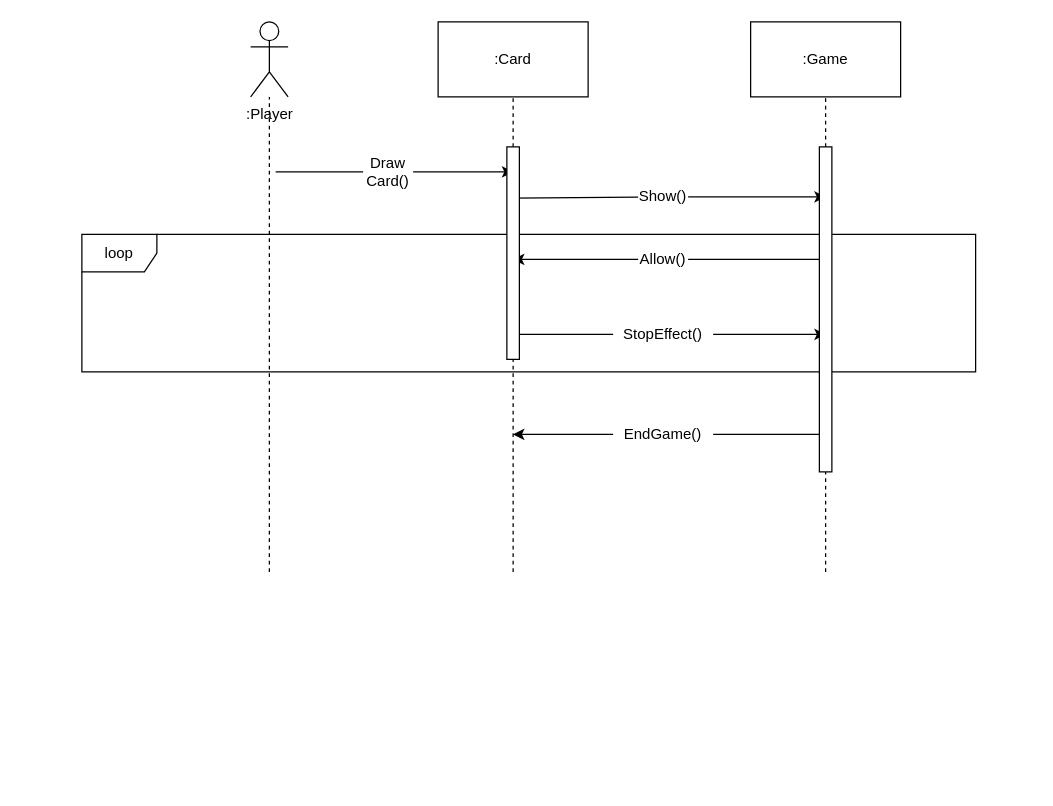
Before: deliveries/uml/Draw Leader Card S. Diag..drawio in egyangel/ing-sw-2021-esas-mauri-madhkour-elsheshtawi, a draw.io diagram. Source tidied: cells renumbered, new cells numbered last; positions are measured from the earlier drawing's top-left corner, leaving out a move shared by most shapes. Both pictures are drawn from the tidied source at 125%, with x=0, y=0 at pixel (81, 21).
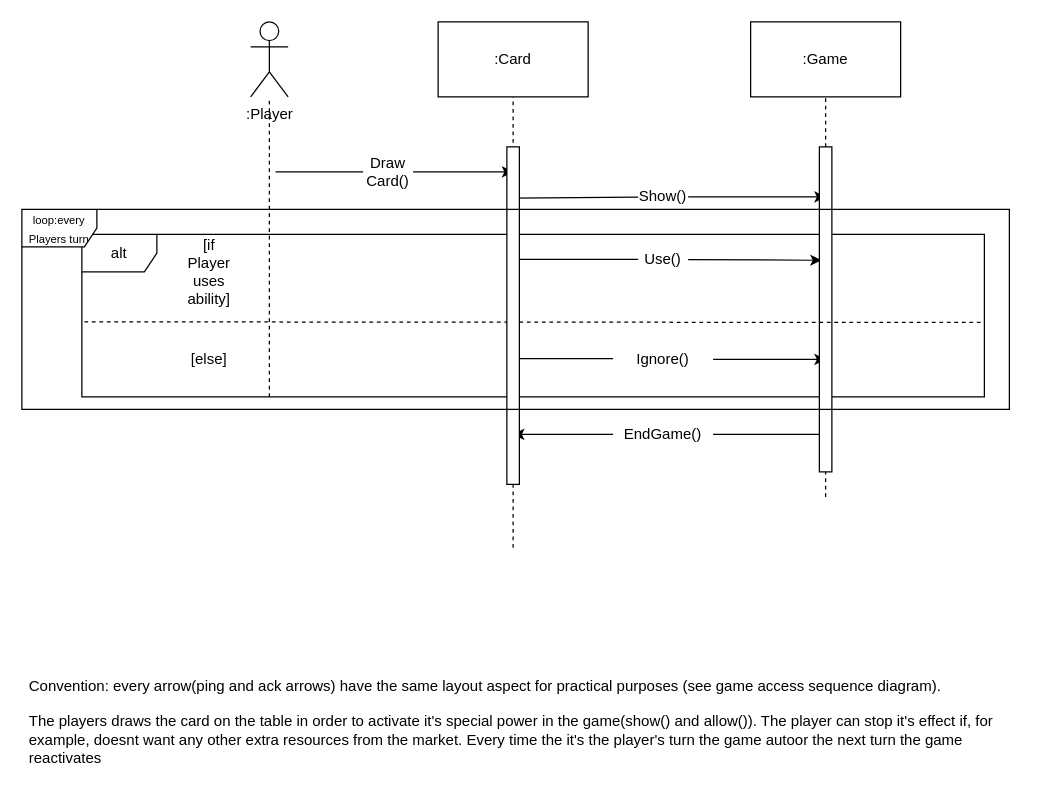
The same page after the edit.

The change refers to these unchanged cells:
```xml
<mxCell id="3" value=":Player" style="shape=umlActor;verticalLabelPosition=bottom;verticalAlign=top;html=1;outlineConnect=0;" parent="1" vertex="1">
  <mxGeometry x="135" width="30" height="60" as="geometry" />
</mxCell>
<mxCell id="5" style="rounded=0;whiteSpace=wrap;html=1;" parent="1" vertex="1">
  <mxGeometry x="285" width="120" height="60" as="geometry" />
</mxCell>
<mxCell id="28" style="html=1;points=[];perimeter=orthogonalPerimeter;" parent="1" vertex="1">
  <mxGeometry x="590" y="100" width="10" height="260" as="geometry" />
</mxCell>
```

What changed in the source:
```diff
@@
-    <mxCell id="2" value="loop" style="shape=umlFrame;whiteSpace=wrap;html=1;" parent="1" vertex="1">
-      <mxGeometry y="170" width="715" height="110" as="geometry" />
+    <mxCell id="2" value="alt" style="shape=umlFrame;whiteSpace=wrap;html=1;" parent="1" vertex="1">
+      <mxGeometry y="170" width="722" height="130" as="geometry" />
     </mxCell>
@@
     <mxCell id="4" style="endArrow=none;dashed=1;html=1;" parent="1" edge="1" target="3">
       <mxGeometry relative="1" as="geometry">
-        <mxPoint x="150" y="440" as="sourcePoint" />
+        <mxPoint x="150" y="300" as="sourcePoint" />
       </mxGeometry>
     </mxCell>
@@
-    <mxCell id="9" style="endArrow=none;dashed=1;html=1;entryX=0.5;entryY=1;entryDx=0;entryDy=0;startArrow=none;" parent="1" edge="1" source="26" target="5">
-      <mxGeometry relative="1" as="geometry" />
+    <mxCell id="9" style="endArrow=none;dashed=1;html=1;entryX=0.5;entryY=1;entryDx=0;entryDy=0;startArrow=none;" parent="1" edge="1" target="5">
+      <mxGeometry relative="1" as="geometry">
+        <mxPoint x="345" y="420.6" as="sourcePoint" />
+      </mxGeometry>
     </mxCell>
@@
-    <mxCell id="17" style="endArrow=classic;html=1;startArrow=none;" parent="1" edge="1" source="18">
-      <mxGeometry relative="1" as="geometry">
-        <mxPoint x="345" y="190" as="targetPoint" />
-      </mxGeometry>
+    <mxCell id="17" style="endArrow=classic;html=1;startArrow=none;entryX=0.167;entryY=0.349;entryDx=0;entryDy=0;entryPerimeter=0;" parent="1" edge="1" source="18" target="28">
+      <mxGeometry relative="1" as="geometry" />
     </mxCell>
-    <mxCell id="18" value="Allow()" style="text;html=1;strokeColor=none;fillColor=none;align=center;verticalAlign=middle;whiteSpace=wrap;rounded=0;" parent="1" vertex="1">
+    <mxCell id="18" value="Use()" style="text;html=1;strokeColor=none;fillColor=none;align=center;verticalAlign=middle;whiteSpace=wrap;rounded=0;" parent="1" vertex="1">
       <mxGeometry x="445" y="180" width="40" height="20" as="geometry" />
     </mxCell>
     <mxCell id="19" style="endArrow=none;html=1;" parent="1" edge="1" target="18">
       <mxGeometry relative="1" as="geometry">
-        <mxPoint x="595" y="190" as="sourcePoint" />
+        <mxPoint x="344" y="190" as="sourcePoint" />
       </mxGeometry>
     </mxCell>
     <mxCell id="20" style="endArrow=classic;html=1;startArrow=none;" parent="1" edge="1">
       <mxGeometry relative="1" as="geometry">
-        <mxPoint x="505" y="250" as="sourcePoint" />
-        <mxPoint x="595" y="250" as="targetPoint" />
+        <mxPoint x="505" y="270" as="sourcePoint" />
+        <mxPoint x="595" y="270" as="targetPoint" />
       </mxGeometry>
     </mxCell>
-    <mxCell id="21" value="StopEffect()" style="text;html=1;strokeColor=none;fillColor=none;align=center;verticalAlign=middle;whiteSpace=wrap;rounded=0;" parent="1" vertex="1">
-      <mxGeometry x="445" y="240" width="40" height="20" as="geometry" />
+    <mxCell id="21" value="Ignore()" style="text;html=1;strokeColor=none;fillColor=none;align=center;verticalAlign=middle;whiteSpace=wrap;rounded=0;" parent="1" vertex="1">
+      <mxGeometry x="445" y="260" width="40" height="20" as="geometry" />
     </mxCell>
     <mxCell id="22" style="endArrow=none;html=1;" parent="1" edge="1">
       <mxGeometry relative="1" as="geometry">
-        <mxPoint x="345" y="250" as="sourcePoint" />
-        <mxPoint x="425" y="250" as="targetPoint" />
+        <mxPoint x="345" y="269.4" as="sourcePoint" />
+        <mxPoint x="425" y="269.4" as="targetPoint" />
       </mxGeometry>
     </mxCell>
@@
-    <mxCell id="26" style="html=1;points=[];perimeter=orthogonalPerimeter;" parent="1" vertex="1">
-      <mxGeometry x="340" y="100" width="10" height="170" as="geometry" />
-    </mxCell>
     <mxCell id="27" style="endArrow=none;dashed=1;html=1;entryX=0.5;entryY=1;entryDx=0;entryDy=0;" parent="1" edge="1" target="26">
       <mxGeometry relative="1" as="geometry">
-        <mxPoint x="345" y="440" as="sourcePoint" />
+        <mxPoint x="345" y="360" as="sourcePoint" />
       </mxGeometry>
     </mxCell>
@@
     <mxCell id="29" style="endArrow=none;dashed=1;html=1;" parent="1" edge="1" target="28">
       <mxGeometry relative="1" as="geometry">
-        <mxPoint x="595" y="440" as="sourcePoint" />
+        <mxPoint x="595" y="380" as="sourcePoint" />
       </mxGeometry>
     </mxCell>
+    <mxCell id="30" value="Convention: every arrow(ping and ack arrows) have the same layout aspect for practical purposes (see game access sequence diagram).&lt;br&gt;&lt;br&gt;The players draws the card on the table in order to activate it's special power in the game(show() and allow()). The player can stop it's effect if, for example, doesnt want any other extra resources from the market. Every time the it's the player's turn the game autoor the next turn the game reactivates" style="text;html=1;strokeColor=none;fillColor=none;align=left;verticalAlign=middle;whiteSpace=wrap;rounded=0;" parent="1" vertex="1">
+      <mxGeometry x="-44" y="510" width="803" height="100" as="geometry" />
+    </mxCell>
+    <mxCell id="31" value="[if Player uses ability]" style="text;html=1;strokeColor=none;fillColor=none;align=center;verticalAlign=middle;whiteSpace=wrap;rounded=0;" parent="1" vertex="1">
+      <mxGeometry x="82" y="190" width="40" height="20" as="geometry" />
+    </mxCell>
+    <mxCell id="32" style="endArrow=none;dashed=1;html=1;entryX=0.997;entryY=0.542;entryDx=0;entryDy=0;entryPerimeter=0;" parent="1" edge="1" target="2">
+      <mxGeometry relative="1" as="geometry">
+        <mxPoint x="2" y="240" as="sourcePoint" />
+      </mxGeometry>
+    </mxCell>
+    <mxCell id="26" style="html=1;points=[];perimeter=orthogonalPerimeter;" parent="1" vertex="1">
+      <mxGeometry x="340" y="100" width="10" height="270" as="geometry" />
+    </mxCell>
+    <mxCell id="33" value="[else]" style="text;html=1;strokeColor=none;fillColor=none;align=center;verticalAlign=middle;whiteSpace=wrap;rounded=0;" parent="1" vertex="1">
+      <mxGeometry x="82" y="260" width="40" height="20" as="geometry" />
+    </mxCell>
+    <mxCell id="34" value="&lt;font style=&quot;font-size: 9px&quot;&gt;loop:every Players turn&lt;/font&gt;" style="shape=umlFrame;whiteSpace=wrap;html=1;" parent="1" vertex="1">
+      <mxGeometry x="-48" y="150" width="790" height="160" as="geometry" />
+    </mxCell>
```
